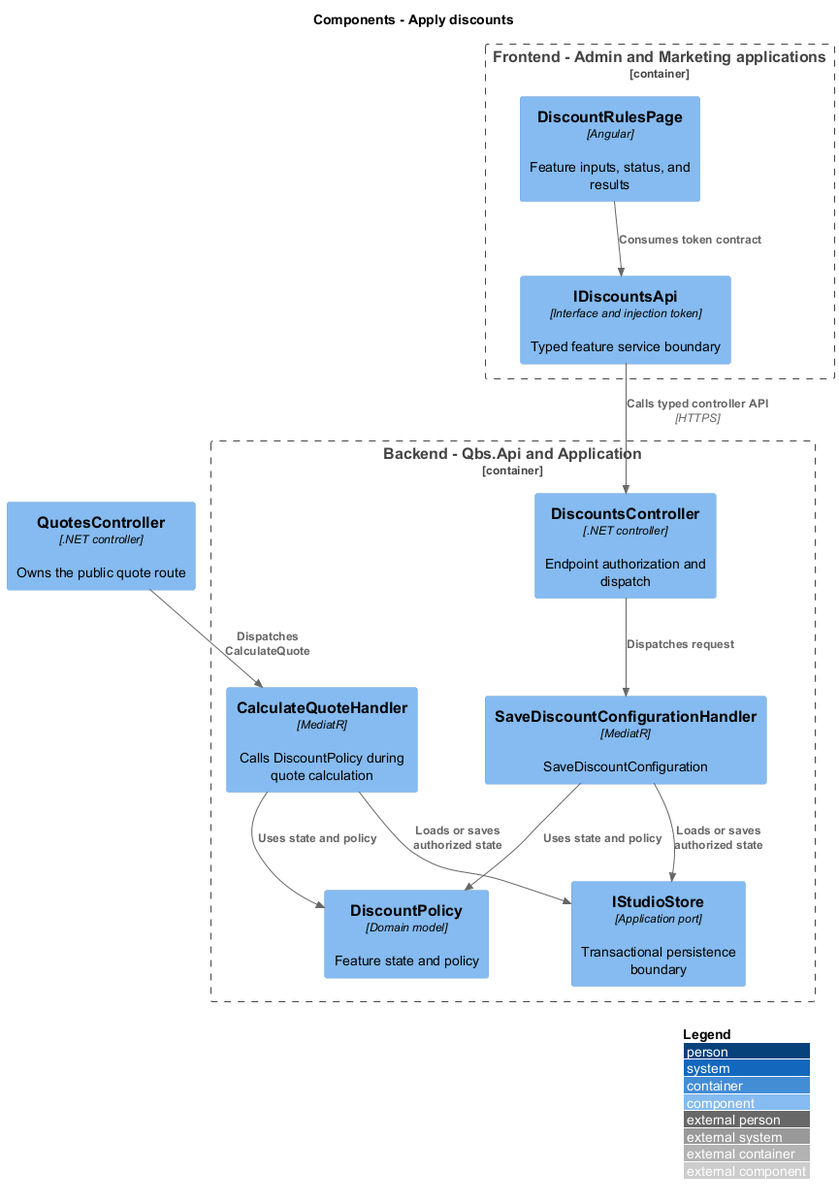
Before: docs/detailed-designs/quotations/apply-discounts/diagrams/c4-component.png, a diagram exported from PlantUML (QuinntyneBrown/quinntyne-brown-studio). Source of this version:
```plantuml
@startuml
!include <C4/C4_Component>
LAYOUT_WITH_LEGEND()
title Components - Apply discounts
Container_Boundary(frontend, "Frontend - Admin and Marketing applications") {
 Component(page, "DiscountRulesPage", "Angular", "Feature inputs, status, and results")
 Component(client, "IDiscountsApi", "Interface and injection token", "Typed feature service boundary")
}
Container_Boundary(api, "Backend - Qbs.Api and Application") {
 Component(ctrl, "DiscountsController", ".NET controller", "Endpoint authorization and dispatch")
 Component(handler0, "SaveDiscountConfigurationHandler", "MediatR", "SaveDiscountConfiguration")
 Component(handler1, "CalculateQuoteHandler", "MediatR", "Calls DiscountPolicy during quote calculation")
 Component(entity, "DiscountPolicy", "Domain model", "Feature state and policy")
 Component(store, "IStudioStore", "Application port", "Transactional persistence boundary")
}
Rel(page, client, "Consumes token contract")
Rel(client, ctrl, "Calls typed controller API", "HTTPS")
Rel(ctrl, handler0, "Dispatches request")
Rel(handler0, entity, "Uses state and policy")
Rel(handler0, store, "Loads or saves authorized state")
Component(quoteCtrl, "QuotesController", ".NET controller", "Owns the public quote route")
Rel(quoteCtrl, handler1, "Dispatches CalculateQuote")
Rel(handler1, entity, "Uses state and policy")
Rel(handler1, store, "Loads or saves authorized state")
@enduml
```
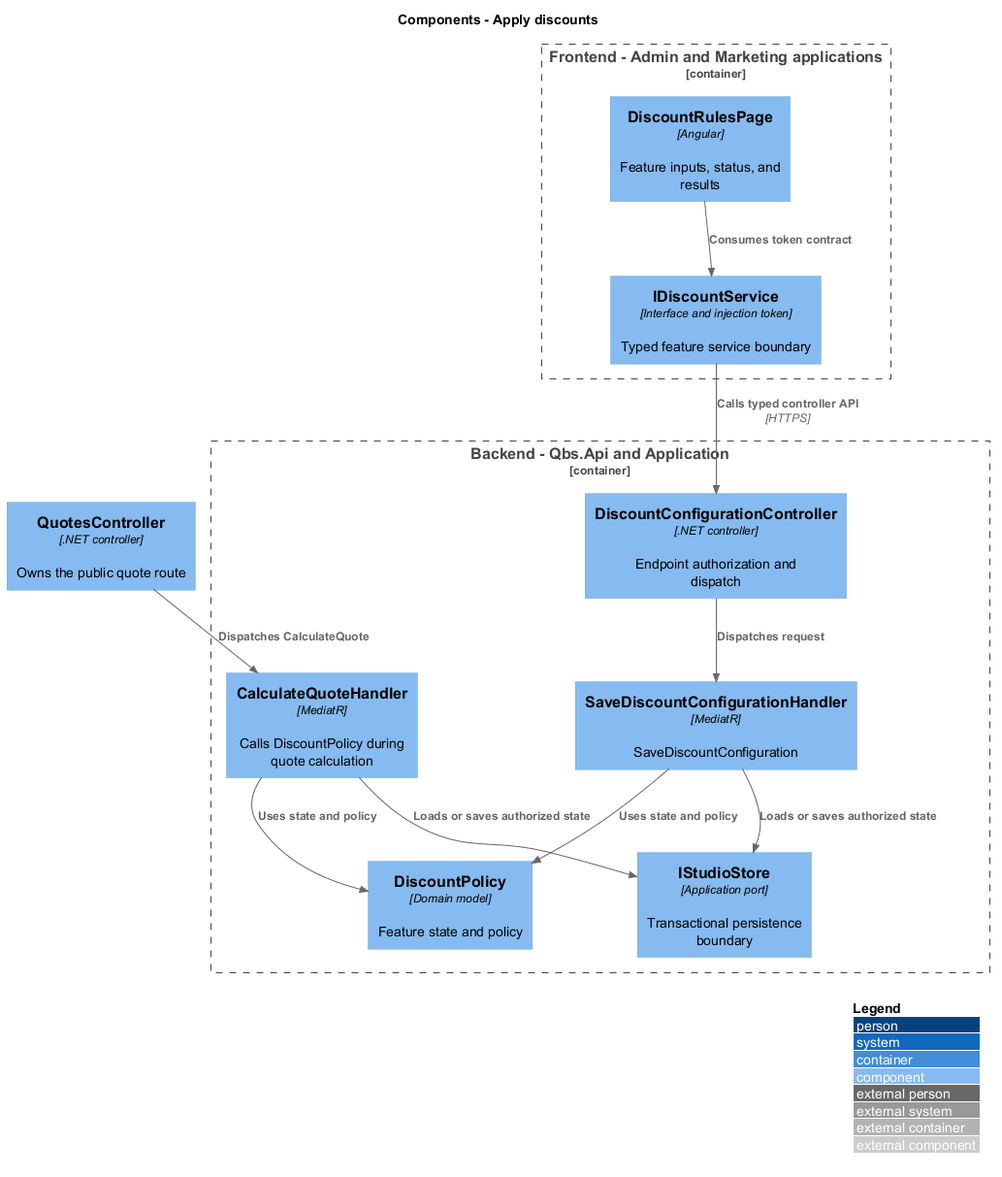
After the commit.

Change to the diagram source:
```diff
@@ -4,10 +4,10 @@
 title Components - Apply discounts
 Container_Boundary(frontend, "Frontend - Admin and Marketing applications") {
  Component(page, "DiscountRulesPage", "Angular", "Feature inputs, status, and results")
- Component(client, "IDiscountsApi", "Interface and injection token", "Typed feature service boundary")
+ Component(client, "IDiscountService", "Interface and injection token", "Typed feature service boundary")
 }
 Container_Boundary(api, "Backend - Qbs.Api and Application") {
- Component(ctrl, "DiscountsController", ".NET controller", "Endpoint authorization and dispatch")
+ Component(ctrl, "DiscountConfigurationController", ".NET controller", "Endpoint authorization and dispatch")
  Component(handler0, "SaveDiscountConfigurationHandler", "MediatR", "SaveDiscountConfiguration")
  Component(handler1, "CalculateQuoteHandler", "MediatR", "Calls DiscountPolicy during quote calculation")
  Component(entity, "DiscountPolicy", "Domain model", "Feature state and policy")
```
